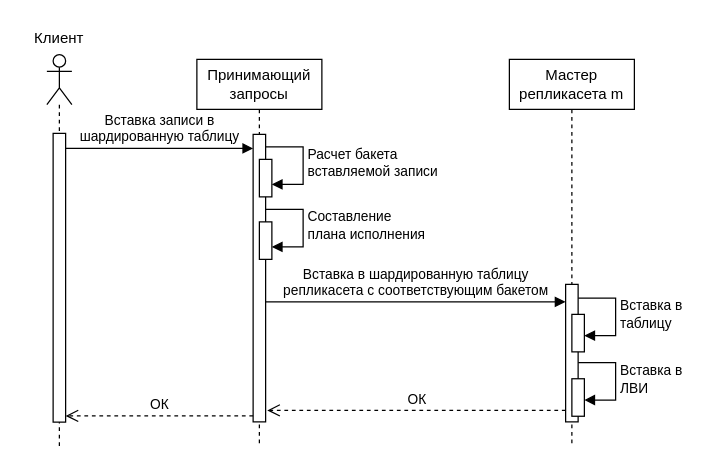
Earlier version of the draw.io diagram page "lsi-build-seq" (5 of 17) of schemas.drawio (vitosotdihaet/pind). Source tidied: cells renumbered, new cells numbered last; positions are measured from the earlier drawing's top-left corner, leaving out a move shared by most shapes. Both pictures are drawn from the tidied source at 125%, with x=0, y=0 at pixel (21, 21).
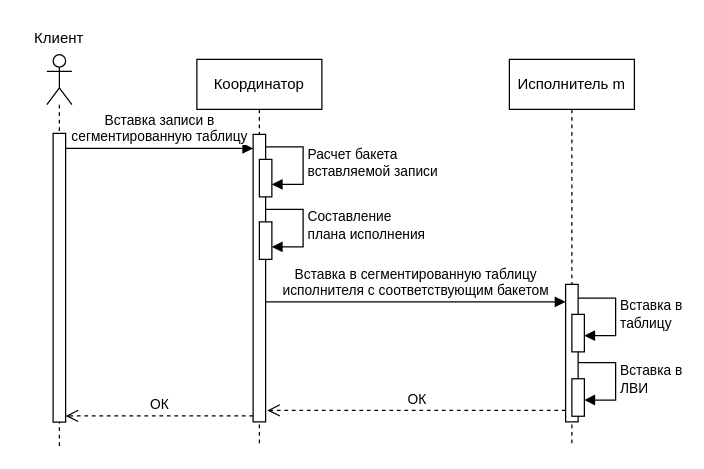
The same page after the edit.

Unchanged cells that the change refers to:
```xml
<mxCell id="3" style="html=1;points=[[0,0,0,0,5],[0,1,0,0,-5],[1,0,0,0,5],[1,1,0,0,-5]];perimeter=orthogonalPerimeter;outlineConnect=0;targetShapes=umlLifeline;portConstraint=eastwest;newEdgeStyle={&quot;curved&quot;:0,&quot;rounded&quot;:0};" parent="2" vertex="1">
  <mxGeometry x="45" y="60" width="10" height="230" as="geometry" />
</mxCell>
<mxCell id="11" style="html=1;points=[[0,0,0,0,5],[0,1,0,0,-5],[1,0,0,0,5],[1,1,0,0,-5]];perimeter=orthogonalPerimeter;outlineConnect=0;targetShapes=umlLifeline;portConstraint=eastwest;newEdgeStyle={&quot;curved&quot;:0,&quot;rounded&quot;:0};" parent="8" vertex="1">
  <mxGeometry x="45" y="180" width="10" height="110" as="geometry" />
</mxCell>
<mxCell id="18" style="html=1;points=[[0,0,0,0,5],[0,1,0,0,-5],[1,0,0,0,5],[1,1,0,0,-5]];perimeter=orthogonalPerimeter;outlineConnect=0;targetShapes=umlLifeline;portConstraint=eastwest;newEdgeStyle={&quot;curved&quot;:0,&quot;rounded&quot;:0};" parent="17" vertex="1">
  <mxGeometry x="5" y="63" width="10" height="231" as="geometry" />
</mxCell>
```

Change to the diagram source:
```diff
@@
-    <mxCell id="2" value="Принимающий запросы" style="shape=umlLifeline;perimeter=lifelinePerimeter;whiteSpace=wrap;html=1;newEdgeStyle={&quot;edgeStyle&quot;:&quot;elbowEdgeStyle&quot;,&quot;elbow&quot;:&quot;vertical&quot;,&quot;curved&quot;:0,&quot;rounded&quot;:0};" parent="1" vertex="1">
+    <mxCell id="2" value="Координатор" style="shape=umlLifeline;perimeter=lifelinePerimeter;whiteSpace=wrap;html=1;newEdgeStyle={&quot;edgeStyle&quot;:&quot;elbowEdgeStyle&quot;,&quot;elbow&quot;:&quot;vertical&quot;,&quot;curved&quot;:0,&quot;rounded&quot;:0};" parent="1" vertex="1">
       <mxGeometry x="140" y="30" width="100" height="310" as="geometry" />
     </mxCell>
@@
-    <mxCell id="8" value="Мастер репликасета m" style="shape=umlLifeline;perimeter=lifelinePerimeter;whiteSpace=wrap;html=1;newEdgeStyle={&quot;edgeStyle&quot;:&quot;elbowEdgeStyle&quot;,&quot;elbow&quot;:&quot;vertical&quot;,&quot;curved&quot;:0,&quot;rounded&quot;:0};" parent="1" vertex="1">
+    <mxCell id="8" value="Исполнитель m" style="shape=umlLifeline;perimeter=lifelinePerimeter;whiteSpace=wrap;html=1;newEdgeStyle={&quot;edgeStyle&quot;:&quot;elbowEdgeStyle&quot;,&quot;elbow&quot;:&quot;vertical&quot;,&quot;curved&quot;:0,&quot;rounded&quot;:0};" parent="1" vertex="1">
       <mxGeometry x="390" y="30" width="100" height="310" as="geometry" />
     </mxCell>
@@
-    <mxCell id="15" value="&lt;div&gt;Вставка записи в&lt;/div&gt;&lt;div&gt;шардированную таблицу&lt;/div&gt;" style="html=1;verticalAlign=bottom;endArrow=block;curved=0;rounded=0;exitX=0.963;exitY=0.052;exitDx=0;exitDy=0;exitPerimeter=0;" parent="1" edge="1" source="18" target="3">
+    <mxCell id="15" value="&lt;div&gt;Вставка записи в&lt;/div&gt;&lt;div&gt;сегмент&lt;span style=&quot;background-color: light-dark(#ffffff, var(--ge-dark-color, #121212)); color: light-dark(rgb(0, 0, 0), rgb(255, 255, 255));&quot;&gt;ированную таблицу&lt;/span&gt;&lt;/div&gt;" style="html=1;verticalAlign=bottom;endArrow=block;curved=0;rounded=0;exitX=0.963;exitY=0.052;exitDx=0;exitDy=0;exitPerimeter=0;" parent="1" edge="1" source="18" target="3">
       <mxGeometry relative="1" as="geometry" />
     </mxCell>
@@
-    <mxCell id="20" value="&lt;div&gt;Вставка в шардированную таблицу&lt;/div&gt;&lt;div&gt;репликасета с соответствующим бакетом&lt;/div&gt;" style="html=1;verticalAlign=bottom;endArrow=block;curved=0;rounded=0;entryX=-0.012;entryY=0.127;entryDx=0;entryDy=0;entryPerimeter=0;" parent="1" edge="1" source="3" target="11">
+    <mxCell id="20" value="&lt;div&gt;Вставка в сегментированную таблицу&lt;/div&gt;&lt;div&gt;исполнителя с соответствующим бакетом&lt;/div&gt;" style="html=1;verticalAlign=bottom;endArrow=block;curved=0;rounded=0;entryX=-0.012;entryY=0.127;entryDx=0;entryDy=0;entryPerimeter=0;" parent="1" edge="1" source="3" target="11">
       <mxGeometry relative="1" as="geometry" />
     </mxCell>
```
